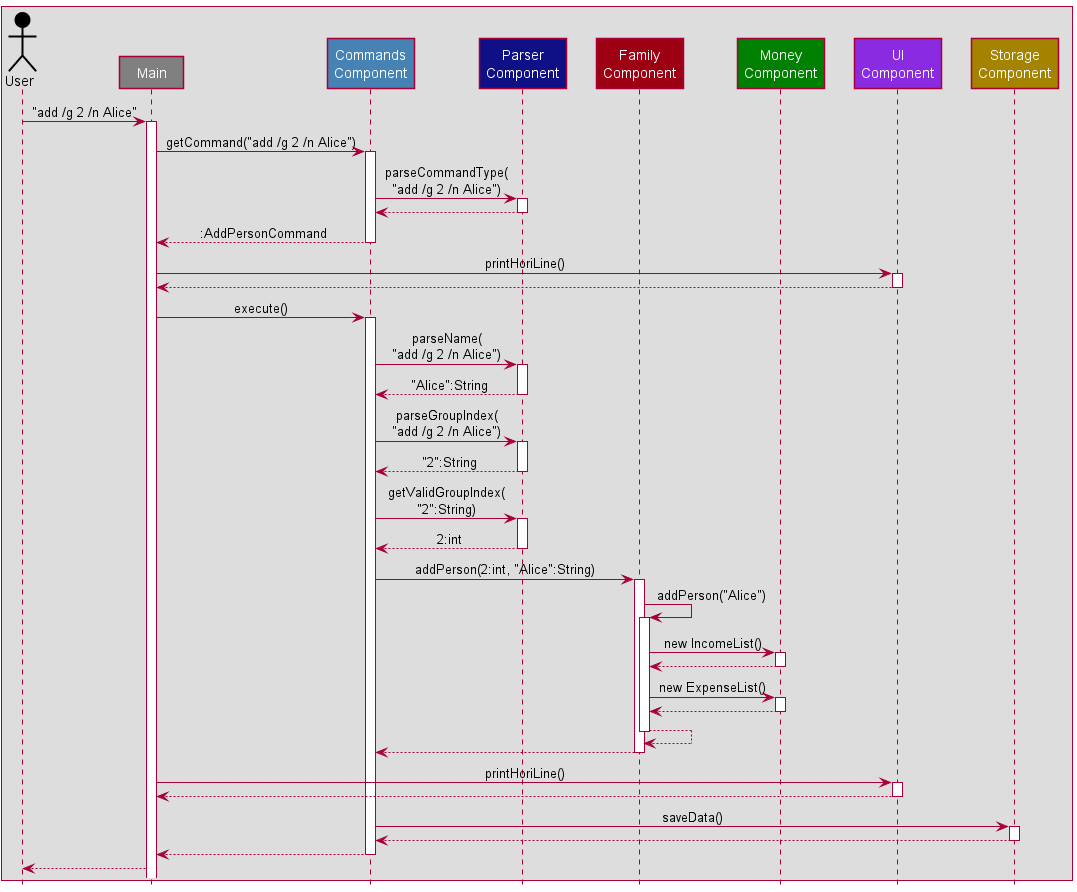
The PlantUML diagram docs/images/ArchitectureSequenceDiagram.png in nus-cs2113-AY2122S2/tp, before a commit.
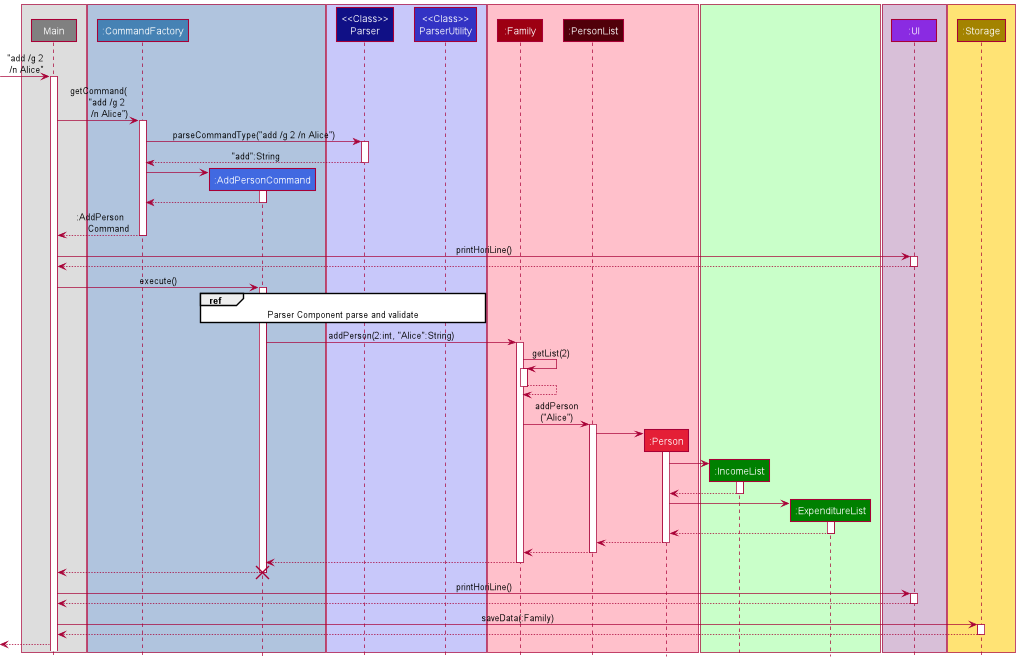
The same file after the commit.

Diff of the diagram source:
```diff
@@ -2,29 +2,50 @@
 !include style.puml
 
 box
-Actor User USER_COLOR
 Participant Main #grey
-Participant "Commands\nComponent" as Commands COMMAND_COLOR
-Participant "Parser\nComponent" as Parser LOGIC_COLOR
-Participant "Family\nComponent" as Family MODEL_COLOR
-Participant "Money\nComponent" as Money MONEY_COLOR
-Participant "UI\nComponent" as UI UI_COLOR
-Participant "Storage\nComponent" as Storage STORAGE_COLOR
+end box
+box COMMAND_COLOR_T2
+Participant ":CommandFactory" as Commands COMMAND_COLOR
+Participant ":AddPersonCommand" as Commands2 COMMAND_COLOR_T1
+end box
+box LOGIC_COLOR_T3
+Participant "<<Class>>\nParser" as Parser LOGIC_COLOR
+Participant "<<Class>>\nParserUtility" as Parser2 LOGIC_COLOR_T1
+end box
+box #PINK
+Participant ":Family" as Family MODEL_COLOR
+Participant ":PersonList" as Family2 MODEL_COLOR_T3
+Participant ":Person" as Family3 MODEL_COLOR_T2
+end box
+box MONEY_COLOR_T3
+Participant ":IncomeList" as Money MONEY_COLOR
+Participant ":ExpenditureList" as Money2 MONEY_COLOR
+box UI_COLOR_T3
+Participant ":UI" as UI UI_COLOR
+end box
+box STORAGE_COLOR_T1
+Participant ":Storage" as Storage STORAGE_COLOR
 end box
 
-User -> Main : "add /g 2 /n Alice"
+[-> Main : "add /g 2\n /n Alice"
 
 activate Main
-Main -> Commands : getCommand("add /g 2 /n Alice")
+Main -> Commands : getCommand(\n      "add /g 2\n        /n Alice")
 
 activate Commands
-Commands -> Parser : parseCommandType(\n"add /g 2 /n Alice")
-
+Commands -> Parser : parseCommandType("add /g 2 /n Alice")
 activate Parser
-Parser --> Commands
+Parser --> Commands : "add":String
 deactivate Parser
 
-Commands --> Main : :AddPersonCommand
+
+create Commands2
+Commands -> Commands2
+activate Commands2
+Commands2 --> Commands
+deactivate Commands2
+
+Commands --> Main : :AddPerson\n      Command
 deactivate Commands
 
 Main -> UI : printHoriLine()
@@ -32,58 +53,63 @@
 UI --> Main
 deactivate UI
 
-Main -> Commands : execute()
-activate Commands
+Main -> Commands2 : execute()
+activate Commands2
 
-Commands -> Parser : parseName(\n"add /g 2 /n Alice")
-activate Parser
-Parser --> Commands : "Alice":String
-deactivate Parser
+ref over Commands2, Parser, Parser2
+Parser Component parse and validate
+end ref
 
-Commands -> Parser : parseGroupIndex(\n"add /g 2 /n Alice")
-activate Parser
-Parser --> Commands : "2":String
-deactivate Parser
-Commands -> Parser : getValidGroupIndex(\n"2":String)
-activate Parser
-Parser --> Commands : 2:int
-deactivate Parser
-
-Commands -> Family : addPerson(2:int, "Alice":String)
+Commands2 -> Family : addPerson(2:int, "Alice":String)
 activate Family
 
-Family -> Family : addPerson("Alice")
+Family -> Family : getList(2)
 activate Family
-
-Family -> Money : new IncomeList()
-activate Money
-Money --> Family
-deactivate Money
-
-Family -> Money : new ExpenseList()
-activate Money
-Money --> Family
-deactivate Money
-
 Family --> Family
 deactivate Family
 
-Family --> Commands
+
+Family -> Family2 : addPerson\n("Alice")
+activate Family2
+
+create Family3
+Family2 -> Family3
+activate Family3
+
+create Money
+Family3 -> Money
+activate Money
+Money --> Family3
+deactivate Money
+
+create Money2
+Family3 -> Money2
+activate Money2
+Money2 --> Family3
+deactivate Money2
+
+Family3 --> Family2
+deactivate Family3
+
+Family2 --> Family
+deactivate Family2
+
+Family --> Commands2
 deactivate Family
+
+Commands2 --> Main
+Destroy Commands2
 
 Main -> UI : printHoriLine()
 activate UI
 UI --> Main
 deactivate UI
 
-Commands -> Storage : saveData()
+Main -> Storage : saveData(:Family)
 activate Storage
-Storage --> Commands
+Storage --> Main
 deactivate Storage
 
-Commands --> Main
-deactivate Commands
-
-Main --> User
+Main -->[
 
 @enduml
```
